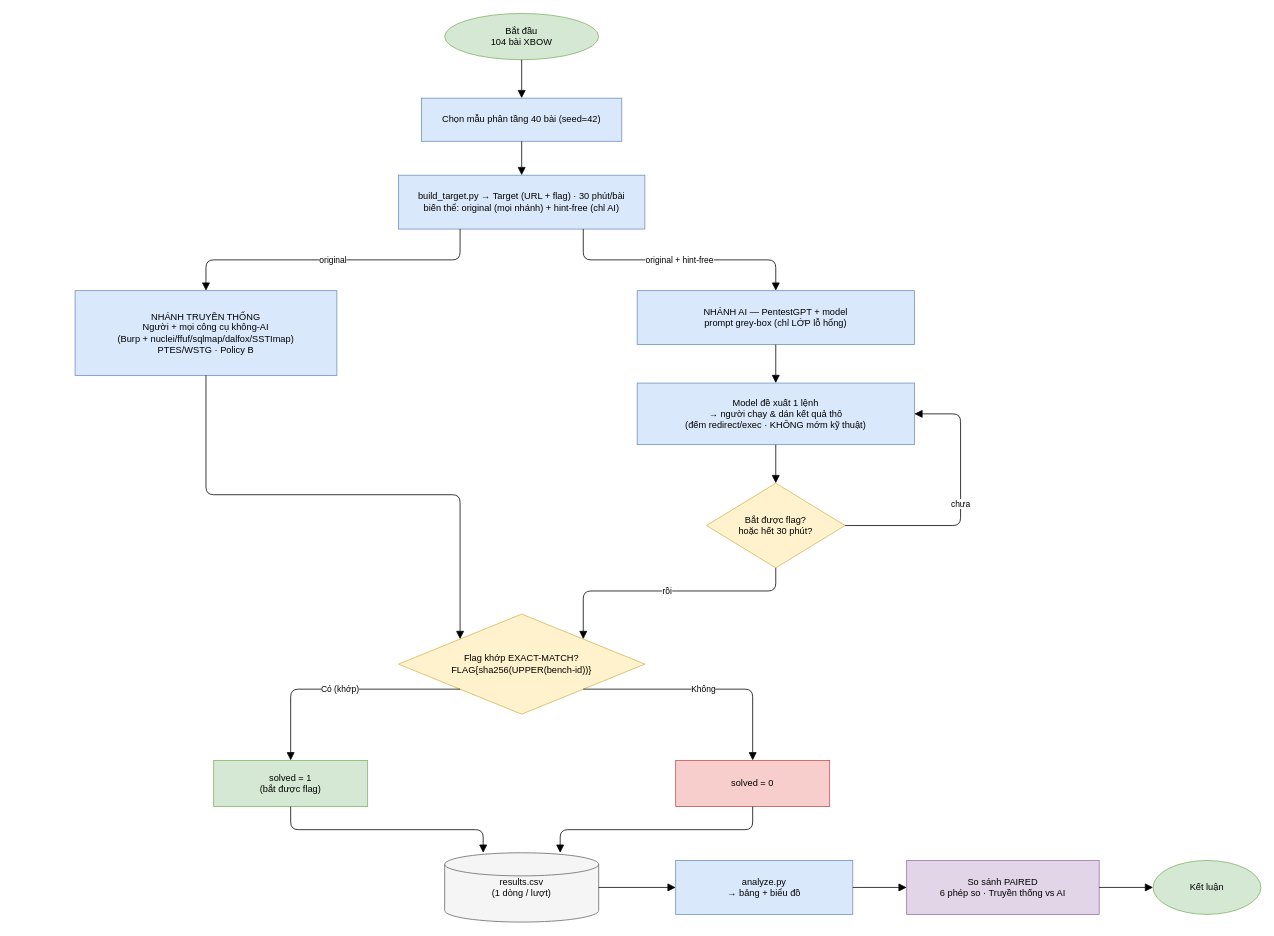
Earlier version of the draw.io diagram docs/workflow.drawio (VuNguyenBinh/KLTN-FA26). Source tidied: cells renumbered, new cells numbered last; positions are measured from the earlier drawing's top-left corner, leaving out a move shared by most shapes. Both pictures are drawn from the tidied source at 77%, with x=0, y=0 at pixel (75, 13).
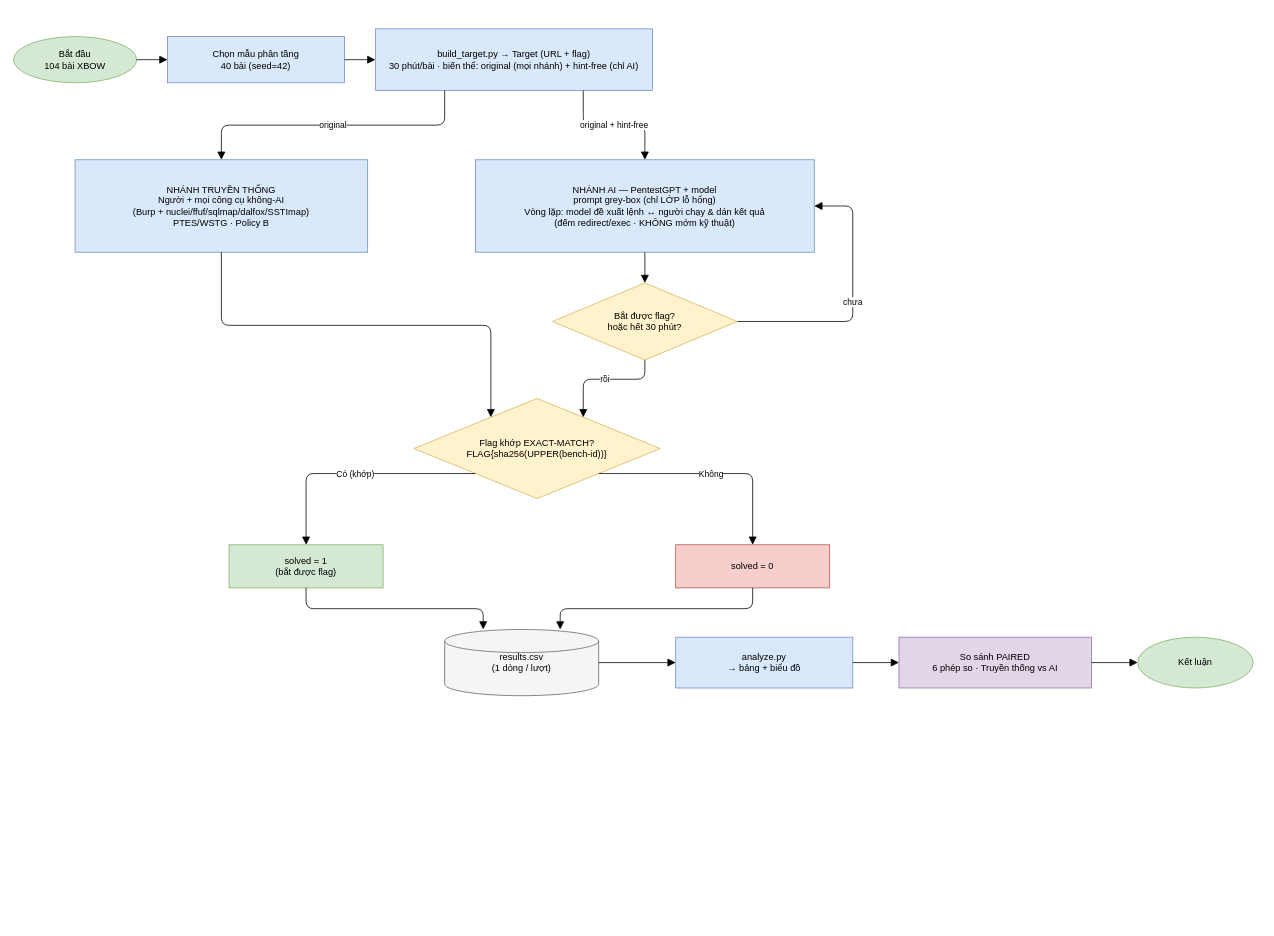
Above is the later version.

Commit message:
docs(workflow.drawio): compact to 16:9 for slides (keep logic + decisions)

Re-laid the corrected flowchart onto a 1707x960 (16:9) page so it fits a
widescreen slide: intake (start -> sample -> build) across the top row,
the two arms side by side in the middle (AI collapsed into one box plus
its loop decision), and the tail (results.csv -> analyze.py -> paired
comparison -> end) across the bottom row. Same logic and the two labeled
decisions (AI loop chưa/rồi; scoring Có/Không) kept. Validated: 0 errors,
0 crossings/overlaps.

Diff of the diagram source:
```diff
@@
     <mxCell id="2" value="Bắt đầu&#10;104 bài XBOW" style="ellipse;whiteSpace=wrap;html=1;convertToSvg=1;fillColor=#d5e8d4;strokeColor=#82b366;" parent="1" vertex="1">
-      <mxGeometry x="480" width="200" height="60" as="geometry" />
+      <mxGeometry x="-80" y="30" width="160" height="60" as="geometry" />
     </mxCell>
-    <mxCell id="3" value="Chọn mẫu phân tầng 40 bài (seed=42)" style="rounded=0;whiteSpace=wrap;html=1;convertToSvg=1;fillColor=#dae8fc;strokeColor=#6c8ebf;" parent="1" vertex="1">
-      <mxGeometry x="450" y="110" width="260" height="56" as="geometry" />
+    <mxCell id="3" value="Chọn mẫu phân tầng&#10;40 bài (seed=42)" style="rounded=0;whiteSpace=wrap;html=1;convertToSvg=1;fillColor=#dae8fc;strokeColor=#6c8ebf;" parent="1" vertex="1">
+      <mxGeometry x="120" y="30" width="230" height="60" as="geometry" />
     </mxCell>
-    <mxCell id="4" value="build_target.py → Target (URL + flag) · 30 phút/bài&#10;biến thể: original (mọi nhánh) + hint-free (chỉ AI)" style="rounded=0;whiteSpace=wrap;html=1;convertToSvg=1;fillColor=#dae8fc;strokeColor=#6c8ebf;" parent="1" vertex="1">
-      <mxGeometry x="420" y="210" width="320" height="70" as="geometry" />
+    <mxCell id="4" value="build_target.py → Target (URL + flag)&#10;30 phút/bài · biến thể: original (mọi nhánh) + hint-free (chỉ AI)" style="rounded=0;whiteSpace=wrap;html=1;convertToSvg=1;fillColor=#dae8fc;strokeColor=#6c8ebf;" parent="1" vertex="1">
+      <mxGeometry x="390" y="20" width="360" height="80" as="geometry" />
     </mxCell>
     <mxCell id="5" value="NHÁNH TRUYỀN THỐNG&#10;Người + mọi công cụ không-AI&#10;(Burp + nuclei/ffuf/sqlmap/dalfox/SSTImap)&#10;PTES/WSTG · Policy B" style="rounded=0;whiteSpace=wrap;html=1;convertToSvg=1;fillColor=#dae8fc;strokeColor=#6c8ebf;" parent="1" vertex="1">
-      <mxGeometry y="360" width="340" height="110" as="geometry" />
+      <mxGeometry y="190" width="380" height="120" as="geometry" />
     </mxCell>
-    <mxCell id="6" value="NHÁNH AI — PentestGPT + model&#10;prompt grey-box (chỉ LỚP lỗ hổng)" style="rounded=0;whiteSpace=wrap;html=1;convertToSvg=1;fillColor=#dae8fc;strokeColor=#6c8ebf;" parent="1" vertex="1">
-      <mxGeometry x="730" y="360" width="360" height="70" as="geometry" />
-    </mxCell>
-    <mxCell id="7" value="Model đề xuất 1 lệnh&#10;→ người chạy &amp; dán kết quả thô&#10;(đếm redirect/exec · KHÔNG mớm kỹ thuật)" style="rounded=0;whiteSpace=wrap;html=1;convertToSvg=1;fillColor=#dae8fc;strokeColor=#6c8ebf;" parent="1" vertex="1">
-      <mxGeometry x="730" y="480" width="360" height="80" as="geometry" />
-    </mxCell>
+    <mxCell id="32" value="NHÁNH AI — PentestGPT + model&#10;prompt grey-box (chỉ LỚP lỗ hổng)&#10;Vòng lặp: model đề xuất lệnh ↔ người chạy &amp; dán kết quả&#10;(đếm redirect/exec · KHÔNG mớm kỹ thuật)" style="rounded=0;whiteSpace=wrap;html=1;convertToSvg=1;fillColor=#dae8fc;strokeColor=#6c8ebf;" parent="1" vertex="1">
+      <mxGeometry x="520" y="190" width="440" height="120" as="geometry" />
+    </mxCell>
     <mxCell id="8" value="Bắt được flag?&#10;hoặc hết 30 phút?" style="rhombus;whiteSpace=wrap;html=1;convertToSvg=1;fillColor=#fff2cc;strokeColor=#d6b656;" parent="1" vertex="1">
-      <mxGeometry x="820" y="610" width="180" height="110" as="geometry" />
+      <mxGeometry x="620" y="350" width="240" height="100" as="geometry" />
     </mxCell>
     <mxCell id="9" value="Flag khớp EXACT-MATCH?&#10;FLAG{sha256(UPPER(bench-id))}" style="rhombus;whiteSpace=wrap;html=1;convertToSvg=1;fillColor=#fff2cc;strokeColor=#d6b656;" parent="1" vertex="1">
-      <mxGeometry x="420" y="780" width="320" height="130" as="geometry" />
+      <mxGeometry x="440" y="500" width="320" height="130" as="geometry" />
     </mxCell>
     <mxCell id="10" value="solved = 1&#10;(bắt được flag)" style="rounded=0;whiteSpace=wrap;html=1;convertToSvg=1;fillColor=#d5e8d4;strokeColor=#82b366;" parent="1" vertex="1">
-      <mxGeometry x="180" y="970" width="200" height="60" as="geometry" />
+      <mxGeometry x="200" y="690" width="200" height="56" as="geometry" />
     </mxCell>
     <mxCell id="11" value="solved = 0" style="rounded=0;whiteSpace=wrap;html=1;convertToSvg=1;fillColor=#f8cecc;strokeColor=#b85450;" parent="1" vertex="1">
-      <mxGeometry x="780" y="970" width="200" height="60" as="geometry" />
+      <mxGeometry x="780" y="690" width="200" height="56" as="geometry" />
     </mxCell>
     <mxCell id="12" value="results.csv&#10;(1 dòng / lượt)" style="shape=cylinder3;whiteSpace=wrap;html=1;convertToSvg=1;fillColor=#f5f5f5;strokeColor=#666666;" parent="1" vertex="1">
-      <mxGeometry x="480" y="1090" width="200" height="90" as="geometry" />
+      <mxGeometry x="480" y="800" width="200" height="86" as="geometry" />
     </mxCell>
     <mxCell id="13" value="analyze.py&#10;→ bảng + biểu đồ" style="rounded=0;whiteSpace=wrap;html=1;convertToSvg=1;fillColor=#dae8fc;strokeColor=#6c8ebf;" parent="1" vertex="1">
-      <mxGeometry x="780" y="1100" width="230" height="70" as="geometry" />
+      <mxGeometry x="780" y="810" width="230" height="66" as="geometry" />
     </mxCell>
     <mxCell id="14" value="So sánh PAIRED&#10;6 phép so · Truyền thống vs AI" style="rounded=0;whiteSpace=wrap;html=1;convertToSvg=1;fillColor=#e1d5e7;strokeColor=#9673a6;" parent="1" vertex="1">
-      <mxGeometry x="1080" y="1100" width="250" height="70" as="geometry" />
+      <mxGeometry x="1070" y="810" width="250" height="66" as="geometry" />
     </mxCell>
     <mxCell id="15" value="Kết luận" style="ellipse;whiteSpace=wrap;html=1;convertToSvg=1;fillColor=#d5e8d4;strokeColor=#82b366;" parent="1" vertex="1">
-      <mxGeometry x="1400" y="1100" width="140" height="70" as="geometry" />
+      <mxGeometry x="1380" y="810" width="150" height="66" as="geometry" />
     </mxCell>
-    <mxCell id="16" style="edgeStyle=orthogonalEdgeStyle;rounded=1;jettySize=auto;html=1;endArrow=block;endSize=8;exitX=0.5;exitY=1;exitDx=0;exitDy=0;entryX=0.5;entryY=0;entryDx=0;entryDy=0;" parent="1" edge="1" source="2" target="3">
+    <mxCell id="16" style="edgeStyle=orthogonalEdgeStyle;rounded=1;jettySize=auto;html=1;endArrow=block;endSize=8;exitX=1;exitY=0.5;exitDx=0;exitDy=0;entryX=0;entryY=0.5;entryDx=0;entryDy=0;" parent="1" edge="1" source="2" target="3">
       <mxGeometry relative="1" as="geometry" />
     </mxCell>
-    <mxCell id="17" style="edgeStyle=orthogonalEdgeStyle;rounded=1;jettySize=auto;html=1;endArrow=block;endSize=8;exitX=0.5;exitY=1;exitDx=0;exitDy=0;entryX=0.5;entryY=0;entryDx=0;entryDy=0;" parent="1" edge="1" source="3" target="4">
+    <mxCell id="17" style="edgeStyle=orthogonalEdgeStyle;rounded=1;jettySize=auto;html=1;endArrow=block;endSize=8;exitX=1;exitY=0.5;exitDx=0;exitDy=0;entryX=0;entryY=0.5;entryDx=0;entryDy=0;" parent="1" edge="1" source="3" target="4">
       <mxGeometry relative="1" as="geometry" />
     </mxCell>
@@
-    <mxCell id="19" value="original + hint-free" style="edgeStyle=orthogonalEdgeStyle;rounded=1;jettySize=auto;html=1;endArrow=block;endSize=8;exitX=0.75;exitY=1;exitDx=0;exitDy=0;entryX=0.5;entryY=0;entryDx=0;entryDy=0;" parent="1" edge="1" source="4" target="6">
+    <mxCell id="19" value="original + hint-free" style="edgeStyle=orthogonalEdgeStyle;rounded=1;jettySize=auto;html=1;endArrow=block;endSize=8;exitX=0.75;exitY=1;exitDx=0;exitDy=0;entryX=0.5;entryY=0;entryDx=0;entryDy=0;" parent="1" edge="1" source="4" target="32">
       <mxGeometry relative="1" as="geometry" />
     </mxCell>
-    <mxCell id="20" style="edgeStyle=orthogonalEdgeStyle;rounded=1;jettySize=auto;html=1;endArrow=block;endSize=8;exitX=0.5;exitY=1;exitDx=0;exitDy=0;entryX=0.1;entryY=0.1;entryDx=0;entryDy=0;" parent="1" edge="1" source="5" target="9">
+    <mxCell id="20" style="edgeStyle=orthogonalEdgeStyle;rounded=1;jettySize=auto;html=1;endArrow=block;endSize=8;exitX=0.5;exitY=1;exitDx=0;exitDy=0;entryX=0.2;entryY=0;entryDx=0;entryDy=0;" parent="1" edge="1" source="5" target="9">
       <mxGeometry relative="1" as="geometry" />
     </mxCell>
-    <mxCell id="21" style="edgeStyle=orthogonalEdgeStyle;rounded=1;jettySize=auto;html=1;endArrow=block;endSize=8;exitX=0.5;exitY=1;exitDx=0;exitDy=0;entryX=0.5;entryY=0;entryDx=0;entryDy=0;" parent="1" edge="1" source="6" target="7">
-      <mxGeometry relative="1" as="geometry" />
-    </mxCell>
-    <mxCell id="22" style="edgeStyle=orthogonalEdgeStyle;rounded=1;jettySize=auto;html=1;endArrow=block;endSize=8;exitX=0.5;exitY=1;exitDx=0;exitDy=0;entryX=0.5;entryY=0;entryDx=0;entryDy=0;" parent="1" edge="1" source="7" target="8">
+    <mxCell id="22" style="edgeStyle=orthogonalEdgeStyle;rounded=1;jettySize=auto;html=1;endArrow=block;endSize=8;exitX=0.5;exitY=1;exitDx=0;exitDy=0;entryX=0.5;entryY=0;entryDx=0;entryDy=0;" parent="1" edge="1" source="32" target="8">
       <mxGeometry relative="1" as="geometry" />
     </mxCell>
-    <mxCell id="23" value="chưa" style="edgeStyle=orthogonalEdgeStyle;rounded=1;jettySize=auto;html=1;endArrow=block;endSize=8;exitX=1;exitY=0.5;exitDx=0;exitDy=0;entryX=1;entryY=0.5;entryDx=0;entryDy=0;" parent="1" edge="1" source="8" target="7">
+    <mxCell id="23" value="chưa" style="edgeStyle=orthogonalEdgeStyle;rounded=1;jettySize=auto;html=1;endArrow=block;endSize=8;exitX=1;exitY=0.5;exitDx=0;exitDy=0;entryX=1;entryY=0.5;entryDx=0;entryDy=0;" parent="1" edge="1" source="8" target="32">
       <mxGeometry relative="1" as="geometry">
         <Array as="points">
-          <mxPoint x="1150" y="665" />
-          <mxPoint x="1150" y="520" />
+          <mxPoint x="1010" y="400" />
+          <mxPoint x="1010" y="250" />
         </Array>
       </mxGeometry>
     </mxCell>
-    <mxCell id="24" value="rồi" style="edgeStyle=orthogonalEdgeStyle;rounded=1;jettySize=auto;html=1;endArrow=block;endSize=8;exitX=0.5;exitY=1;exitDx=0;exitDy=0;entryX=0.9;entryY=0.1;entryDx=0;entryDy=0;" parent="1" edge="1" source="8" target="9">
+    <mxCell id="24" value="rồi" style="edgeStyle=orthogonalEdgeStyle;rounded=1;jettySize=auto;html=1;endArrow=block;endSize=8;exitX=0.5;exitY=1;exitDx=0;exitDy=0;entryX=0.8;entryY=0;entryDx=0;entryDy=0;" parent="1" edge="1" source="8" target="9">
       <mxGeometry relative="1" as="geometry" />
     </mxCell>
```
